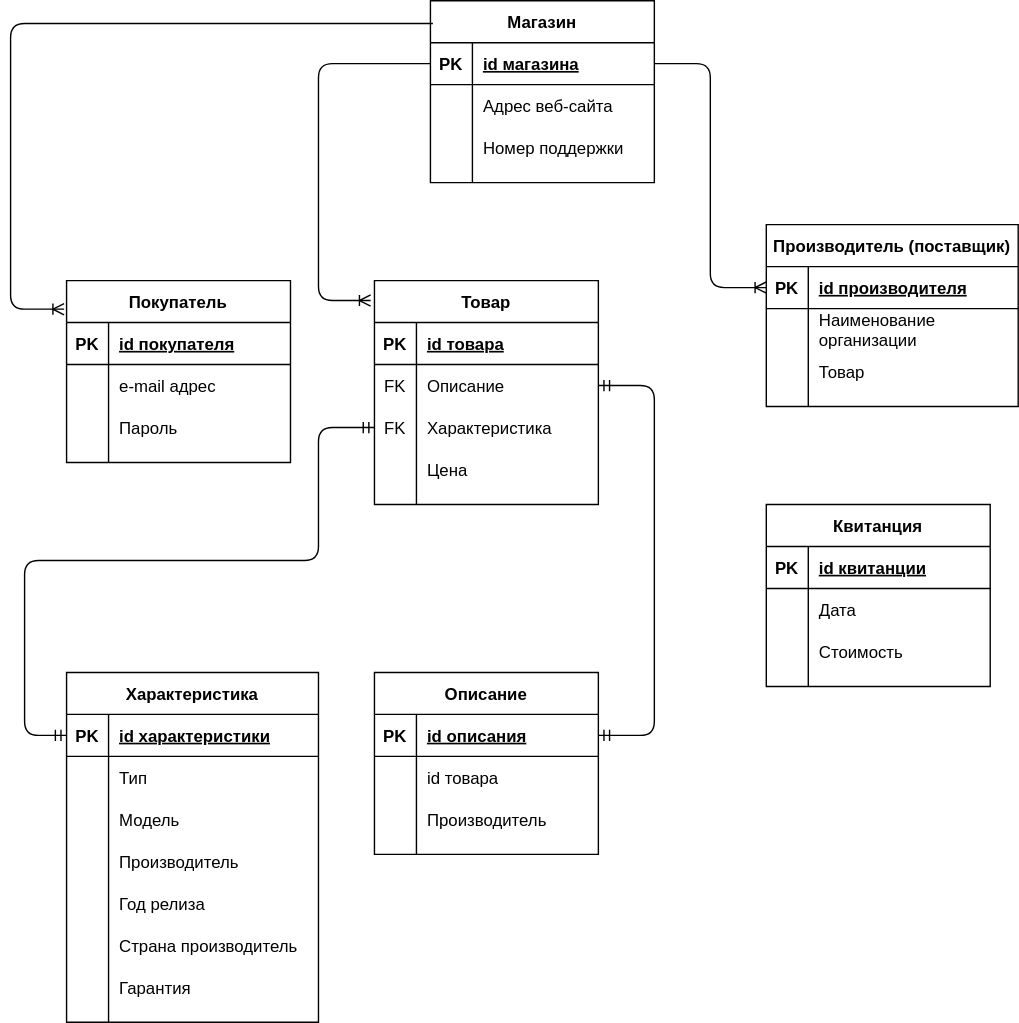
paw-wow/DataBase keeps this draw.io diagram as LogicDiag.svg. Above is the earlier version. Source tidied: cells renumbered, new cells last; positions are measured from the earlier drawing's top-left corner, leaving out a move shared by most shapes.
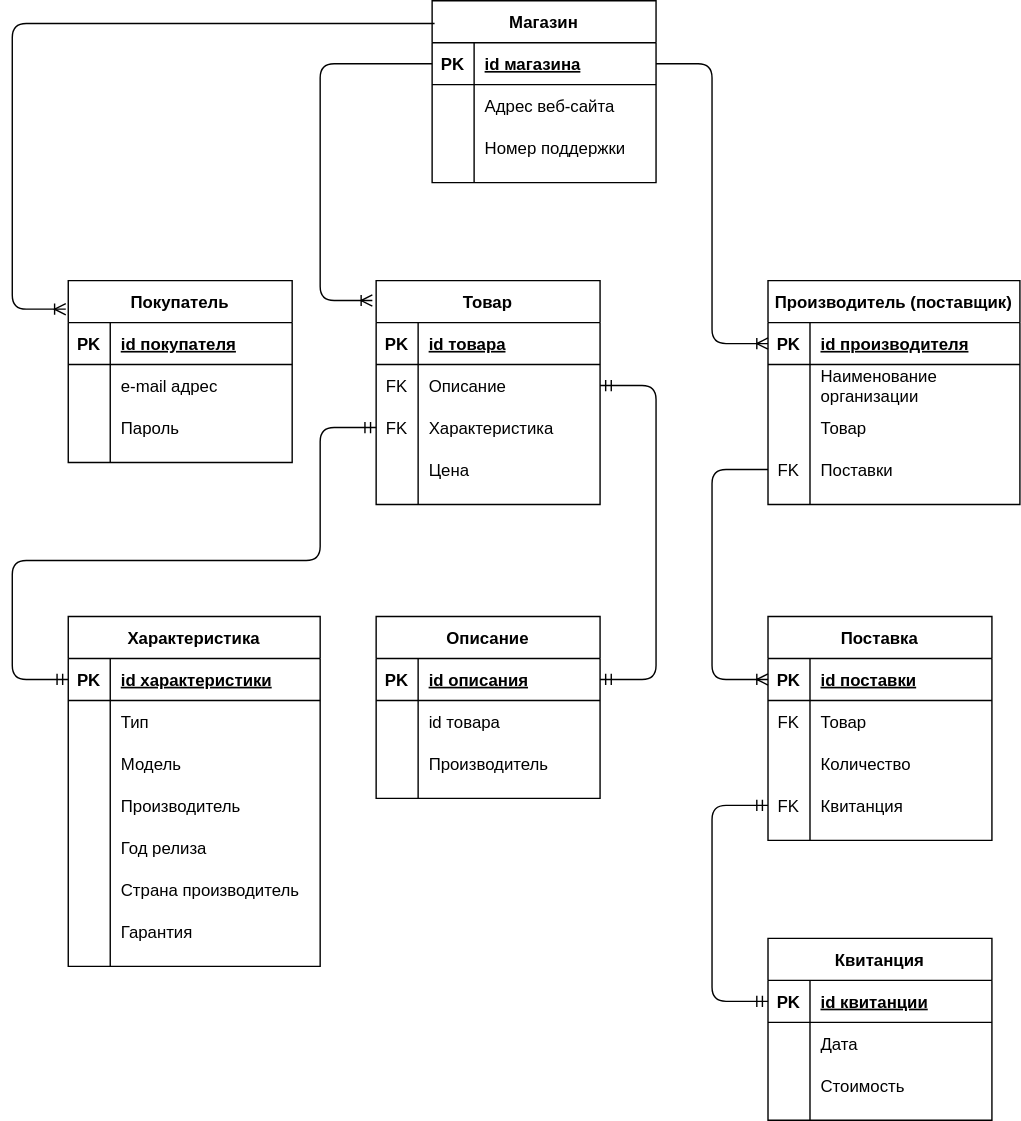
Above is the later version.

Diff of the diagram source:
```diff
@@ -63,7 +63,7 @@
       <mxGeometry x="30" width="130" height="30" as="geometry" />
     </mxCell>
     <mxCell id="22" value="Производитель (поставщик)" style="shape=table;startSize=30;rowLines=0;fontStyle=1;align=center;" parent="1" vertex="1">
-      <mxGeometry x="540" y="160" width="180" height="130" as="geometry" />
+      <mxGeometry x="540" y="200" width="180" height="160" as="geometry" />
     </mxCell>
     <mxCell id="23" style="shape=partialRectangle;fillColor=none;top=0;left=0;bottom=1;right=0;points=[[0,0.5],[1,0.5]];portConstraint=eastwest;" parent="22" vertex="1">
       <mxGeometry y="30" width="180" height="30" as="geometry" />
@@ -92,8 +92,17 @@
     <mxCell id="31" value="Товар" style="shape=partialRectangle;fillColor=none;top=0;left=0;bottom=0;right=0;align=left;spacingLeft=6;overflow=hidden;" parent="29" vertex="1">
       <mxGeometry x="30" width="150" height="30" as="geometry" />
     </mxCell>
+    <mxCell id="92" style="shape=partialRectangle;fillColor=none;top=0;left=0;bottom=0;right=0;points=[[0,0.5],[1,0.5]];portConstraint=eastwest;" parent="22" vertex="1">
+      <mxGeometry y="120" width="180" height="30" as="geometry" />
+    </mxCell>
+    <mxCell id="93" value="FK" style="shape=partialRectangle;fillColor=none;top=0;left=0;bottom=0;right=0;overflow=hidden;" parent="92" vertex="1">
+      <mxGeometry width="30" height="30" as="geometry" />
+    </mxCell>
+    <mxCell id="94" value="Поставки" style="shape=partialRectangle;fillColor=none;top=0;left=0;bottom=0;right=0;align=left;spacingLeft=6;overflow=hidden;" parent="92" vertex="1">
+      <mxGeometry x="30" width="150" height="30" as="geometry" />
+    </mxCell>
     <mxCell id="32" value="Квитанция" style="shape=table;startSize=30;rowLines=0;fontStyle=1;align=center;" parent="1" vertex="1">
-      <mxGeometry x="540" y="360" width="160" height="130" as="geometry" />
+      <mxGeometry x="540" y="670" width="160" height="130" as="geometry" />
     </mxCell>
     <mxCell id="33" style="shape=partialRectangle;fillColor=none;top=0;left=0;bottom=1;right=0;points=[[0,0.5],[1,0.5]];portConstraint=eastwest;" parent="32" vertex="1">
       <mxGeometry y="30" width="160" height="30" as="geometry" />
@@ -162,7 +171,7 @@
       <mxGeometry x="30" width="130" height="30" as="geometry" />
     </mxCell>
     <mxCell id="55" value="Описание" style="shape=table;startSize=30;rowLines=0;fontStyle=1;align=center;" parent="1" vertex="1">
-      <mxGeometry x="260" y="480" width="160" height="130" as="geometry" />
+      <mxGeometry x="260" y="440" width="160" height="130" as="geometry" />
     </mxCell>
     <mxCell id="56" style="shape=partialRectangle;fillColor=none;top=0;left=0;bottom=1;right=0;points=[[0,0.5],[1,0.5]];portConstraint=eastwest;" parent="55" vertex="1">
       <mxGeometry y="30" width="160" height="30" as="geometry" />
@@ -192,7 +201,7 @@
       <mxGeometry x="30" width="130" height="30" as="geometry" />
     </mxCell>
     <mxCell id="65" value="Характеристика" style="shape=table;startSize=30;rowLines=0;fontStyle=1;align=center;" parent="1" vertex="1">
-      <mxGeometry x="40" y="480" width="180" height="250" as="geometry" />
+      <mxGeometry x="40" y="440" width="180" height="250" as="geometry" />
     </mxCell>
     <mxCell id="66" style="shape=partialRectangle;fillColor=none;top=0;left=0;bottom=1;right=0;points=[[0,0.5],[1,0.5]];portConstraint=eastwest;" parent="65" vertex="1">
       <mxGeometry y="30" width="180" height="30" as="geometry" />
@@ -278,15 +287,15 @@
         <Array as="points">
           <mxPoint x="220" y="305" />
           <mxPoint x="220" y="400" />
-          <mxPoint x="10" y="400" />
-          <mxPoint x="10" y="525" />
+          <mxPoint y="400" />
+          <mxPoint y="485" />
         </Array>
       </mxGeometry>
     </mxCell>
     <mxCell id="90" style="edgeStyle=orthogonalEdgeStyle;fontSize=12;html=1;endArrow=ERmandOne;startArrow=ERmandOne;exitX=1;exitY=0.5;exitDx=0;exitDy=0;entryX=1;entryY=0.5;entryDx=0;entryDy=0;" parent="1" edge="1" source="56" target="46">
       <mxGeometry relative="1" as="geometry">
         <Array as="points">
-          <mxPoint x="460" y="525" />
+          <mxPoint x="460" y="485" />
           <mxPoint x="460" y="275" />
         </Array>
       </mxGeometry>
@@ -294,5 +303,60 @@
     <mxCell id="91" style="edgeStyle=orthogonalEdgeStyle;fontSize=12;html=1;endArrow=ERoneToMany;exitX=1;exitY=0.5;exitDx=0;exitDy=0;entryX=0;entryY=0.5;entryDx=0;entryDy=0;" parent="1" edge="1" source="3" target="23">
       <mxGeometry relative="1" as="geometry" />
     </mxCell>
+    <mxCell id="95" value="Поставка" style="shape=table;startSize=30;rowLines=0;fontStyle=1;align=center;" parent="1" vertex="1">
+      <mxGeometry x="540" y="440" width="160" height="160" as="geometry" />
+    </mxCell>
+    <mxCell id="96" style="shape=partialRectangle;fillColor=none;top=0;left=0;bottom=1;right=0;points=[[0,0.5],[1,0.5]];portConstraint=eastwest;" parent="95" vertex="1">
+      <mxGeometry y="30" width="160" height="30" as="geometry" />
+    </mxCell>
+    <mxCell id="97" value="PK" style="shape=partialRectangle;fillColor=none;top=0;left=0;bottom=0;right=0;fontStyle=1;overflow=hidden;" parent="96" vertex="1">
+      <mxGeometry width="30" height="30" as="geometry" />
+    </mxCell>
+    <mxCell id="98" value="id поставки" style="shape=partialRectangle;fillColor=none;top=0;left=0;bottom=0;right=0;align=left;spacingLeft=6;fontStyle=5;overflow=hidden;" parent="96" vertex="1">
+      <mxGeometry x="30" width="130" height="30" as="geometry" />
+    </mxCell>
+    <mxCell id="99" style="shape=partialRectangle;fillColor=none;top=0;left=0;bottom=0;right=0;" parent="95" vertex="1">
+      <mxGeometry y="60" width="160" height="30" as="geometry" />
+    </mxCell>
+    <mxCell id="100" value="FK" style="shape=partialRectangle;fillColor=none;top=0;left=0;bottom=0;right=0;overflow=hidden;" parent="99" vertex="1">
+      <mxGeometry width="30" height="30" as="geometry" />
+    </mxCell>
+    <mxCell id="101" value="Товар" style="shape=partialRectangle;fillColor=none;top=0;left=0;bottom=0;right=0;align=left;spacingLeft=6;overflow=hidden;" parent="99" vertex="1">
+      <mxGeometry x="30" width="130" height="30" as="geometry" />
+    </mxCell>
+    <mxCell id="102" style="shape=partialRectangle;fillColor=none;top=0;left=0;bottom=0;right=0;" parent="95" vertex="1">
+      <mxGeometry y="90" width="160" height="30" as="geometry" />
+    </mxCell>
+    <mxCell id="103" style="shape=partialRectangle;fillColor=none;top=0;left=0;bottom=0;right=0;overflow=hidden;" parent="102" vertex="1">
+      <mxGeometry width="30" height="30" as="geometry" />
+    </mxCell>
+    <mxCell id="104" value="Количество" style="shape=partialRectangle;fillColor=none;top=0;left=0;bottom=0;right=0;align=left;spacingLeft=6;overflow=hidden;" parent="102" vertex="1">
+      <mxGeometry x="30" width="130" height="30" as="geometry" />
+    </mxCell>
+    <mxCell id="105" style="shape=partialRectangle;fillColor=none;top=0;left=0;bottom=0;right=0;points=[[0,0.5],[1,0.5]];portConstraint=eastwest;" parent="95" vertex="1">
+      <mxGeometry y="120" width="160" height="30" as="geometry" />
+    </mxCell>
+    <mxCell id="106" value="FK" style="shape=partialRectangle;fillColor=none;top=0;left=0;bottom=0;right=0;overflow=hidden;" parent="105" vertex="1">
+      <mxGeometry width="30" height="30" as="geometry" />
+    </mxCell>
+    <mxCell id="107" value="Квитанция" style="shape=partialRectangle;fillColor=none;top=0;left=0;bottom=0;right=0;align=left;spacingLeft=6;overflow=hidden;" parent="105" vertex="1">
+      <mxGeometry x="30" width="130" height="30" as="geometry" />
+    </mxCell>
+    <mxCell id="108" style="edgeStyle=orthogonalEdgeStyle;fontSize=12;html=1;endArrow=ERmandOne;startArrow=ERmandOne;exitX=0;exitY=0.5;exitDx=0;exitDy=0;entryX=0;entryY=0.5;entryDx=0;entryDy=0;" parent="1" edge="1" source="105" target="33">
+      <mxGeometry relative="1" as="geometry">
+        <Array as="points">
+          <mxPoint x="500" y="575" />
+          <mxPoint x="500" y="715" />
+        </Array>
+      </mxGeometry>
+    </mxCell>
+    <mxCell id="109" style="edgeStyle=orthogonalEdgeStyle;fontSize=12;html=1;endArrow=ERoneToMany;exitX=0;exitY=0.5;exitDx=0;exitDy=0;entryX=0;entryY=0.5;entryDx=0;entryDy=0;" parent="1" edge="1" source="92" target="96">
+      <mxGeometry relative="1" as="geometry">
+        <Array as="points">
+          <mxPoint x="500" y="335" />
+          <mxPoint x="500" y="485" />
+        </Array>
+      </mxGeometry>
+    </mxCell>
   </root>
 </mxGraphModel>
```
